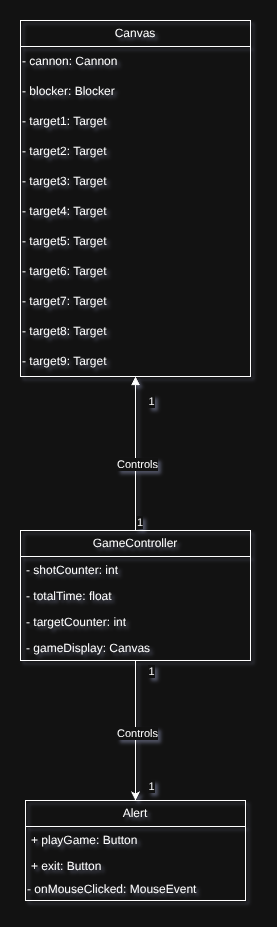
actellim/cannon_game keeps this draw.io diagram as docs/UML/UC_001/UC_001_CD.png. Above is the earlier version. Source tidied: cells renumbered, new cells last; positions are measured from the earlier drawing's top-left corner, leaving out a move shared by most shapes. The source it was exported from:
```xml
<mxGraphModel>
  <root>
    <mxCell id="0" />
    <mxCell id="1" parent="0" />
    <mxCell id="2" style="edgeStyle=orthogonalEdgeStyle;rounded=0;jettySize=auto;html=1;" parent="1" edge="1" source="6" target="27">
      <mxGeometry relative="1" as="geometry" />
    </mxCell>
    <mxCell id="3" value="Controls" style="edgeLabel;html=1;align=center;verticalAlign=middle;" parent="2" vertex="1">
      <mxGeometry x="0.03" y="1" relative="1" as="geometry" />
    </mxCell>
    <mxCell id="4" value="1" style="edgeLabel;html=1;align=center;verticalAlign=middle;" parent="2" vertex="1">
      <mxGeometry x="-0.86" y="4" relative="1" as="geometry">
        <mxPoint x="11" as="offset" />
      </mxGeometry>
    </mxCell>
    <mxCell id="5" value="1" style="edgeLabel;html=1;align=center;verticalAlign=middle;" parent="2" vertex="1">
      <mxGeometry x="0.79" y="-2" relative="1" as="geometry">
        <mxPoint x="17" as="offset" />
      </mxGeometry>
    </mxCell>
    <mxCell id="6" value="GameController" style="swimlane;fontStyle=0;horizontal=1;startSize=26;fillColor=none;whiteSpace=wrap;html=1;" parent="1" vertex="1">
      <mxGeometry y="510" width="230" height="130" as="geometry" />
    </mxCell>
    <mxCell id="7" value="- shotCounter: int" style="text;strokeColor=none;fillColor=none;align=left;verticalAlign=top;spacingLeft=4;spacingRight=4;overflow=hidden;whiteSpace=wrap;html=1;" parent="6" vertex="1">
      <mxGeometry y="26" width="230" height="26" as="geometry" />
    </mxCell>
    <mxCell id="8" value="- totalTime: float" style="text;strokeColor=none;fillColor=none;align=left;verticalAlign=top;spacingLeft=4;spacingRight=4;overflow=hidden;whiteSpace=wrap;html=1;" parent="6" vertex="1">
      <mxGeometry y="52" width="230" height="26" as="geometry" />
    </mxCell>
    <mxCell id="9" value="- targetCounter: int" style="text;strokeColor=none;fillColor=none;align=left;verticalAlign=top;spacingLeft=4;spacingRight=4;overflow=hidden;whiteSpace=wrap;html=1;" parent="6" vertex="1">
      <mxGeometry y="78" width="230" height="26" as="geometry" />
    </mxCell>
    <mxCell id="10" value="- gameDisplay: Canvas" style="text;strokeColor=none;fillColor=none;align=left;verticalAlign=top;spacingLeft=4;spacingRight=4;overflow=hidden;whiteSpace=wrap;html=1;" parent="6" vertex="1">
      <mxGeometry y="104" width="230" height="26" as="geometry" />
    </mxCell>
    <mxCell id="11" value="Canvas" style="swimlane;fontStyle=0;horizontal=1;startSize=26;fillColor=none;whiteSpace=wrap;html=1;" parent="1" vertex="1">
      <mxGeometry width="230" height="356" as="geometry" />
    </mxCell>
    <mxCell id="12" style="group;" parent="11" vertex="1">
      <mxGeometry y="26" width="230" height="330" as="geometry" />
    </mxCell>
    <mxCell id="13" value="- cannon: Cannon" style="text;html=1;whiteSpace=wrap;strokeColor=none;fillColor=none;align=left;verticalAlign=middle;rounded=0;" parent="12" vertex="1">
      <mxGeometry width="130" height="30" as="geometry" />
    </mxCell>
    <mxCell id="14" value="- blocker: Blocker" style="text;html=1;whiteSpace=wrap;strokeColor=none;fillColor=none;align=left;verticalAlign=middle;rounded=0;" parent="12" vertex="1">
      <mxGeometry y="30" width="130" height="30" as="geometry" />
    </mxCell>
    <mxCell id="15" value="- target1: Target" style="text;html=1;whiteSpace=wrap;strokeColor=none;fillColor=none;align=left;verticalAlign=middle;rounded=0;" parent="12" vertex="1">
      <mxGeometry y="60" width="130" height="30" as="geometry" />
    </mxCell>
    <mxCell id="16" value="- target2: Target" style="text;html=1;whiteSpace=wrap;strokeColor=none;fillColor=none;align=left;verticalAlign=middle;rounded=0;" parent="12" vertex="1">
      <mxGeometry y="90" width="130" height="30" as="geometry" />
    </mxCell>
    <mxCell id="17" value="- target3: Target" style="text;html=1;whiteSpace=wrap;strokeColor=none;fillColor=none;align=left;verticalAlign=middle;rounded=0;" parent="12" vertex="1">
      <mxGeometry y="120" width="130" height="30" as="geometry" />
    </mxCell>
    <mxCell id="18" value="- target4: Target" style="text;html=1;whiteSpace=wrap;strokeColor=none;fillColor=none;align=left;verticalAlign=middle;rounded=0;" parent="12" vertex="1">
      <mxGeometry y="150" width="130" height="30" as="geometry" />
    </mxCell>
    <mxCell id="19" value="- target5: Target" style="text;html=1;whiteSpace=wrap;strokeColor=none;fillColor=none;align=left;verticalAlign=middle;rounded=0;" parent="12" vertex="1">
      <mxGeometry y="180" width="130" height="30" as="geometry" />
    </mxCell>
    <mxCell id="20" value="- target6: Target" style="text;html=1;whiteSpace=wrap;strokeColor=none;fillColor=none;align=left;verticalAlign=middle;rounded=0;" parent="12" vertex="1">
      <mxGeometry y="210" width="130" height="30" as="geometry" />
    </mxCell>
    <mxCell id="21" value="- target7: Target" style="text;html=1;whiteSpace=wrap;strokeColor=none;fillColor=none;align=left;verticalAlign=middle;rounded=0;" parent="12" vertex="1">
      <mxGeometry y="240" width="130" height="30" as="geometry" />
    </mxCell>
    <mxCell id="22" value="- target8: Target" style="text;html=1;whiteSpace=wrap;strokeColor=none;fillColor=none;align=left;verticalAlign=middle;rounded=0;" parent="12" vertex="1">
      <mxGeometry y="270" width="130" height="30" as="geometry" />
    </mxCell>
    <mxCell id="23" value="- target9: Target" style="text;html=1;whiteSpace=wrap;strokeColor=none;fillColor=none;align=left;verticalAlign=middle;rounded=0;" parent="12" vertex="1">
      <mxGeometry y="300" width="130" height="30" as="geometry" />
    </mxCell>
    <mxCell id="24" value="Controls" style="endArrow=block;endFill=1;html=1;edgeStyle=orthogonalEdgeStyle;align=left;verticalAlign=top;rounded=0;entryX=0.5;entryY=1;entryDx=0;entryDy=0;exitX=0.5;exitY=0;exitDx=0;exitDy=0;" parent="1" edge="1" source="6" target="11">
      <mxGeometry x="0.03" y="20" relative="1" as="geometry" />
    </mxCell>
    <mxCell id="25" value="1" style="edgeLabel;html=1;align=left;verticalAlign=bottom;" parent="24" vertex="1">
      <mxGeometry x="-1" relative="1" as="geometry" />
    </mxCell>
    <mxCell id="26" value="1" style="edgeLabel;html=1;align=center;verticalAlign=middle;" parent="24" vertex="1">
      <mxGeometry x="0.69" y="-2" relative="1" as="geometry">
        <mxPoint x="13" as="offset" />
      </mxGeometry>
    </mxCell>
    <mxCell id="27" value="Alert" style="swimlane;fontStyle=0;horizontal=1;startSize=26;fillColor=none;whiteSpace=wrap;html=1;" parent="1" vertex="1">
      <mxGeometry x="5" y="780" width="220" height="100" as="geometry" />
    </mxCell>
    <mxCell id="28" value="+ playGame: Button" style="text;strokeColor=none;fillColor=none;align=left;verticalAlign=top;spacingLeft=4;spacingRight=4;overflow=hidden;whiteSpace=wrap;html=1;" parent="27" vertex="1">
      <mxGeometry y="26" width="220" height="26" as="geometry" />
    </mxCell>
    <mxCell id="29" value="+ exit: Button" style="text;strokeColor=none;fillColor=none;align=left;verticalAlign=top;spacingLeft=4;spacingRight=4;overflow=hidden;whiteSpace=wrap;html=1;" parent="27" vertex="1">
      <mxGeometry y="52" width="220" height="26" as="geometry" />
    </mxCell>
    <mxCell id="30" value="- onMouseClicked: MouseEvent" style="text;html=1;whiteSpace=wrap;strokeColor=none;fillColor=none;align=left;verticalAlign=middle;rounded=0;" parent="27" vertex="1">
      <mxGeometry y="78" width="220" height="22" as="geometry" />
    </mxCell>
  </root>
</mxGraphModel>
```
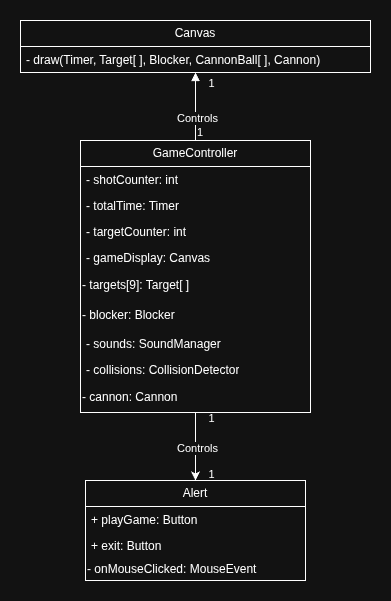
Later version of the same file.

Diff of the diagram source:
```diff
@@ -19,12 +19,12 @@
       </mxGeometry>
     </mxCell>
     <mxCell id="6" value="GameController" style="swimlane;fontStyle=0;horizontal=1;startSize=26;fillColor=none;whiteSpace=wrap;html=1;" parent="1" vertex="1">
-      <mxGeometry y="510" width="230" height="130" as="geometry" />
+      <mxGeometry y="490" width="230" height="272" as="geometry" />
     </mxCell>
     <mxCell id="7" value="- shotCounter: int" style="text;strokeColor=none;fillColor=none;align=left;verticalAlign=top;spacingLeft=4;spacingRight=4;overflow=hidden;whiteSpace=wrap;html=1;" parent="6" vertex="1">
       <mxGeometry y="26" width="230" height="26" as="geometry" />
     </mxCell>
-    <mxCell id="8" value="- totalTime: float" style="text;strokeColor=none;fillColor=none;align=left;verticalAlign=top;spacingLeft=4;spacingRight=4;overflow=hidden;whiteSpace=wrap;html=1;" parent="6" vertex="1">
+    <mxCell id="8" value="- totalTime: Timer" style="text;strokeColor=none;fillColor=none;align=left;verticalAlign=top;spacingLeft=4;spacingRight=4;overflow=hidden;whiteSpace=wrap;html=1;" parent="6" vertex="1">
       <mxGeometry y="52" width="230" height="26" as="geometry" />
     </mxCell>
     <mxCell id="9" value="- targetCounter: int" style="text;strokeColor=none;fillColor=none;align=left;verticalAlign=top;spacingLeft=4;spacingRight=4;overflow=hidden;whiteSpace=wrap;html=1;" parent="6" vertex="1">
@@ -33,45 +33,27 @@
     <mxCell id="10" value="- gameDisplay: Canvas" style="text;strokeColor=none;fillColor=none;align=left;verticalAlign=top;spacingLeft=4;spacingRight=4;overflow=hidden;whiteSpace=wrap;html=1;" parent="6" vertex="1">
       <mxGeometry y="104" width="230" height="26" as="geometry" />
     </mxCell>
+    <mxCell id="15" value="- targets[9]: Target[ ]" style="text;html=1;whiteSpace=wrap;strokeColor=none;fillColor=none;align=left;verticalAlign=middle;rounded=0;" parent="6" vertex="1">
+      <mxGeometry y="130" width="230" height="30" as="geometry" />
+    </mxCell>
+    <mxCell id="14" value="- blocker: Blocker" style="text;html=1;whiteSpace=wrap;strokeColor=none;fillColor=none;align=left;verticalAlign=middle;rounded=0;" parent="6" vertex="1">
+      <mxGeometry y="160" width="230" height="30" as="geometry" />
+    </mxCell>
+    <mxCell id="31" value="- sounds: SoundManager" style="text;strokeColor=none;fillColor=none;align=left;verticalAlign=top;spacingLeft=4;spacingRight=4;overflow=hidden;whiteSpace=wrap;html=1;" parent="6" vertex="1">
+      <mxGeometry y="190" width="230" height="26" as="geometry" />
+    </mxCell>
+    <mxCell id="32" value="- collisions: CollisionDetector" style="text;strokeColor=none;fillColor=none;align=left;verticalAlign=top;spacingLeft=4;spacingRight=4;overflow=hidden;whiteSpace=wrap;html=1;" parent="6" vertex="1">
+      <mxGeometry y="216" width="230" height="26" as="geometry" />
+    </mxCell>
+    <mxCell id="13" value="- cannon: Cannon" style="text;html=1;whiteSpace=wrap;strokeColor=none;fillColor=none;align=left;verticalAlign=middle;rounded=0;" parent="6" vertex="1">
+      <mxGeometry y="242" width="230" height="30" as="geometry" />
+    </mxCell>
     <mxCell id="11" value="Canvas" style="swimlane;fontStyle=0;horizontal=1;startSize=26;fillColor=none;whiteSpace=wrap;html=1;" parent="1" vertex="1">
-      <mxGeometry width="230" height="356" as="geometry" />
+      <mxGeometry x="-60" y="370" width="350" height="52" as="geometry" />
     </mxCell>
-    <mxCell id="12" style="group;" parent="11" vertex="1">
-      <mxGeometry y="26" width="230" height="330" as="geometry" />
-    </mxCell>
-    <mxCell id="13" value="- cannon: Cannon" style="text;html=1;whiteSpace=wrap;strokeColor=none;fillColor=none;align=left;verticalAlign=middle;rounded=0;" parent="12" vertex="1">
-      <mxGeometry width="130" height="30" as="geometry" />
-    </mxCell>
-    <mxCell id="14" value="- blocker: Blocker" style="text;html=1;whiteSpace=wrap;strokeColor=none;fillColor=none;align=left;verticalAlign=middle;rounded=0;" parent="12" vertex="1">
-      <mxGeometry y="30" width="130" height="30" as="geometry" />
-    </mxCell>
-    <mxCell id="15" value="- target1: Target" style="text;html=1;whiteSpace=wrap;strokeColor=none;fillColor=none;align=left;verticalAlign=middle;rounded=0;" parent="12" vertex="1">
-      <mxGeometry y="60" width="130" height="30" as="geometry" />
-    </mxCell>
-    <mxCell id="16" value="- target2: Target" style="text;html=1;whiteSpace=wrap;strokeColor=none;fillColor=none;align=left;verticalAlign=middle;rounded=0;" parent="12" vertex="1">
-      <mxGeometry y="90" width="130" height="30" as="geometry" />
-    </mxCell>
-    <mxCell id="17" value="- target3: Target" style="text;html=1;whiteSpace=wrap;strokeColor=none;fillColor=none;align=left;verticalAlign=middle;rounded=0;" parent="12" vertex="1">
-      <mxGeometry y="120" width="130" height="30" as="geometry" />
-    </mxCell>
-    <mxCell id="18" value="- target4: Target" style="text;html=1;whiteSpace=wrap;strokeColor=none;fillColor=none;align=left;verticalAlign=middle;rounded=0;" parent="12" vertex="1">
-      <mxGeometry y="150" width="130" height="30" as="geometry" />
-    </mxCell>
-    <mxCell id="19" value="- target5: Target" style="text;html=1;whiteSpace=wrap;strokeColor=none;fillColor=none;align=left;verticalAlign=middle;rounded=0;" parent="12" vertex="1">
-      <mxGeometry y="180" width="130" height="30" as="geometry" />
-    </mxCell>
-    <mxCell id="20" value="- target6: Target" style="text;html=1;whiteSpace=wrap;strokeColor=none;fillColor=none;align=left;verticalAlign=middle;rounded=0;" parent="12" vertex="1">
-      <mxGeometry y="210" width="130" height="30" as="geometry" />
-    </mxCell>
-    <mxCell id="21" value="- target7: Target" style="text;html=1;whiteSpace=wrap;strokeColor=none;fillColor=none;align=left;verticalAlign=middle;rounded=0;" parent="12" vertex="1">
-      <mxGeometry y="240" width="130" height="30" as="geometry" />
-    </mxCell>
-    <mxCell id="22" value="- target8: Target" style="text;html=1;whiteSpace=wrap;strokeColor=none;fillColor=none;align=left;verticalAlign=middle;rounded=0;" parent="12" vertex="1">
-      <mxGeometry y="270" width="130" height="30" as="geometry" />
-    </mxCell>
-    <mxCell id="23" value="- target9: Target" style="text;html=1;whiteSpace=wrap;strokeColor=none;fillColor=none;align=left;verticalAlign=middle;rounded=0;" parent="12" vertex="1">
-      <mxGeometry y="300" width="130" height="30" as="geometry" />
-    </mxCell>
+    <mxCell id="33" value="- draw(Timer, Target[ ], Blocker, CannonBall[ ], Cannon)" style="text;strokeColor=none;fillColor=none;align=left;verticalAlign=top;spacingLeft=4;spacingRight=4;overflow=hidden;whiteSpace=wrap;html=1;" parent="11" vertex="1">
+      <mxGeometry y="26" width="350" height="26" as="geometry" />
+    </mxCell>
     <mxCell id="24" value="Controls" style="endArrow=block;endFill=1;html=1;edgeStyle=orthogonalEdgeStyle;align=left;verticalAlign=top;rounded=0;entryX=0.5;entryY=1;entryDx=0;entryDy=0;exitX=0.5;exitY=0;exitDx=0;exitDy=0;" parent="1" edge="1" source="6" target="11">
       <mxGeometry x="0.03" y="20" relative="1" as="geometry" />
     </mxCell>
@@ -84,7 +66,7 @@
       </mxGeometry>
     </mxCell>
     <mxCell id="27" value="Alert" style="swimlane;fontStyle=0;horizontal=1;startSize=26;fillColor=none;whiteSpace=wrap;html=1;" parent="1" vertex="1">
-      <mxGeometry x="5" y="780" width="220" height="100" as="geometry" />
+      <mxGeometry x="5" y="830" width="220" height="100" as="geometry" />
     </mxCell>
     <mxCell id="28" value="+ playGame: Button" style="text;strokeColor=none;fillColor=none;align=left;verticalAlign=top;spacingLeft=4;spacingRight=4;overflow=hidden;whiteSpace=wrap;html=1;" parent="27" vertex="1">
       <mxGeometry y="26" width="220" height="26" as="geometry" />
```
